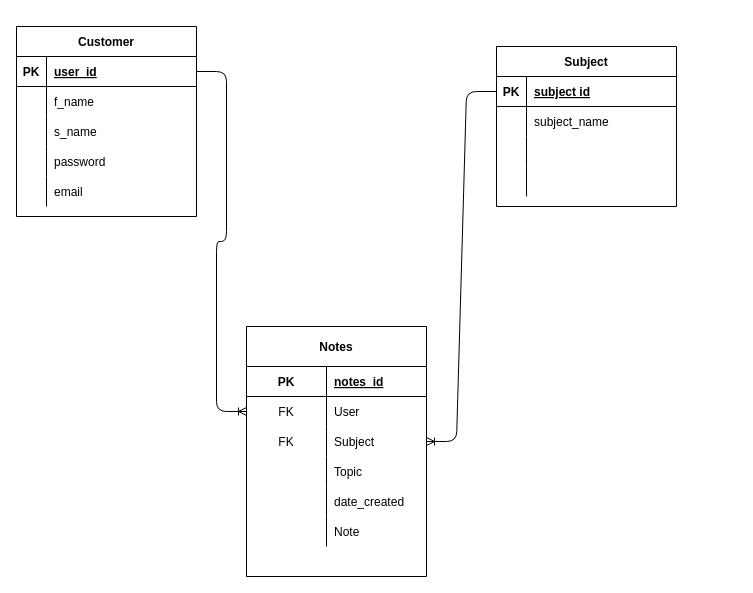
The draw.io diagram erds/file.drawio in chris-muiru/django-notes-app, before the edit. Source tidied: cells renumbered, new cells numbered last; positions are measured from the earlier drawing's top-left corner, leaving out a move shared by most shapes. Both pictures are drawn from the tidied source at 100%, with x=0, y=0 at pixel (16, 26).
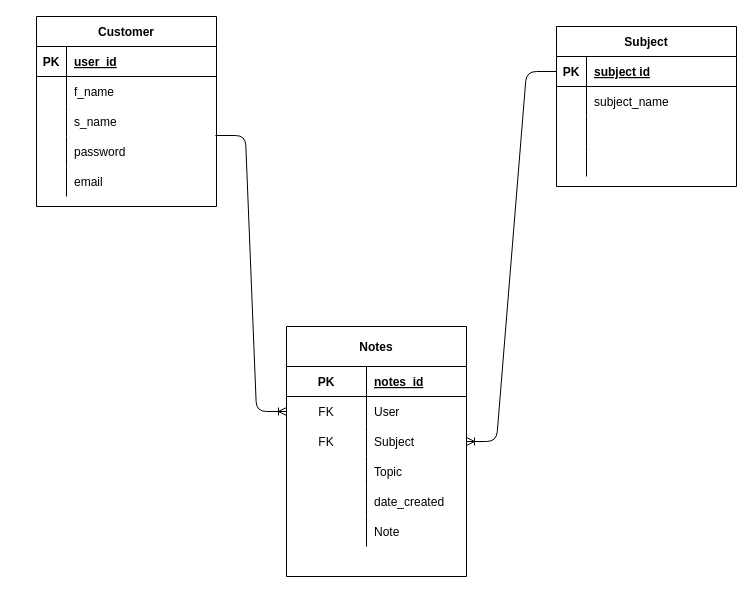
After the change.

The change refers to these unchanged cells:
```xml
<mxCell id="6" style="shape=partialRectangle;fillColor=none;top=0;left=0;bottom=0;right=0;points=[[0,0.5],[1,0.5]];portConstraint=eastwest;" parent="2" vertex="1">
  <mxGeometry y="70" width="180" height="30" as="geometry" />
</mxCell>
<mxCell id="22" style="shape=partialRectangle;fillColor=none;top=0;left=0;bottom=1;right=0;points=[[0,0.5],[1,0.5]];portConstraint=eastwest;" parent="21" vertex="1">
  <mxGeometry y="30" width="180" height="30" as="geometry" />
</mxCell>
<mxCell id="28" style="shape=partialRectangle;fillColor=none;top=0;left=0;bottom=0;right=0;points=[[0,0.5],[1,0.5]];portConstraint=eastwest;" parent="21" vertex="1">
  <mxGeometry y="90" width="180" height="30" as="geometry" />
</mxCell>
```

Diff of the diagram source:
```diff
@@
     <mxCell id="2" value="Notes" style="shape=table;startSize=40;childLayout=tableLayout;rowLines=0;fontStyle=1;align=center;" parent="1" vertex="1">
-      <mxGeometry x="230" y="300" width="180" height="250" as="geometry" />
+      <mxGeometry x="270" y="300" width="180" height="250" as="geometry" />
     </mxCell>
@@
     <mxCell id="21" value="Customer" style="shape=table;startSize=30;childLayout=tableLayout;rowLines=0;fontStyle=1;align=center;" parent="1" vertex="1">
-      <mxGeometry width="180" height="190" as="geometry" />
+      <mxGeometry x="20" y="-10" width="180" height="190" as="geometry" />
     </mxCell>
@@
     <mxCell id="37" value="Subject" style="shape=table;startSize=30;childLayout=tableLayout;rowLines=0;fontStyle=1;align=center;" parent="1" vertex="1">
-      <mxGeometry x="480" y="20" width="180" height="160" as="geometry" />
+      <mxGeometry x="540" width="180" height="160" as="geometry" />
     </mxCell>
@@
-    <mxCell id="51" style="edgeStyle=entityRelationEdgeStyle;fontSize=12;html=1;endArrow=ERoneToMany;exitX=1;exitY=0.5;exitDx=0;exitDy=0;entryX=0;entryY=0.5;entryDx=0;entryDy=0;" parent="1" edge="1" source="22" target="6">
+    <mxCell id="51" style="edgeStyle=entityRelationEdgeStyle;fontSize=12;html=1;endArrow=ERoneToMany;exitX=0.994;exitY=0.967;exitDx=0;exitDy=0;entryX=0;entryY=0.5;entryDx=0;entryDy=0;exitPerimeter=0;" parent="1" edge="1" source="28" target="6">
       <mxGeometry relative="1" as="geometry" />
     </mxCell>
```
